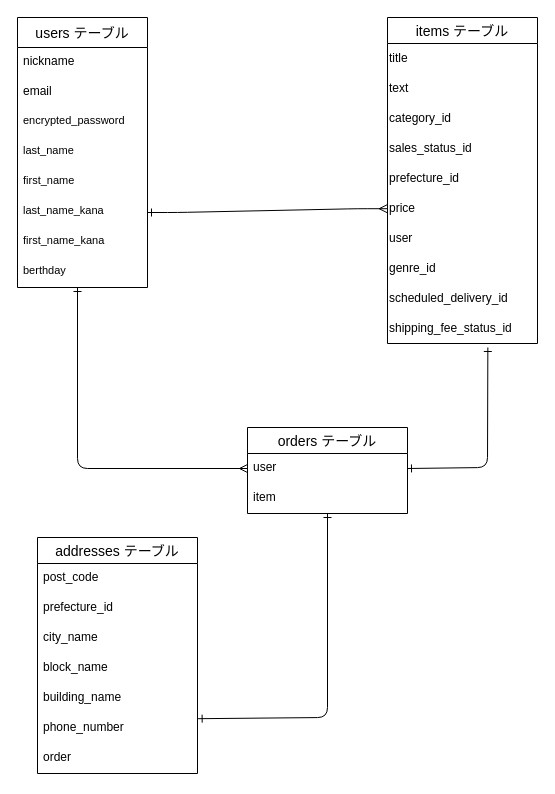
ssminami28/furima-40548 keeps this draw.io diagram as readme.dio. Above is the earlier version. Source tidied: cells renumbered, new cells numbered last; positions are measured from the earlier drawing's top-left corner, leaving out a move shared by most shapes. Both pictures are drawn from the tidied source at 100%, with x=0, y=0 at pixel (17, 17).
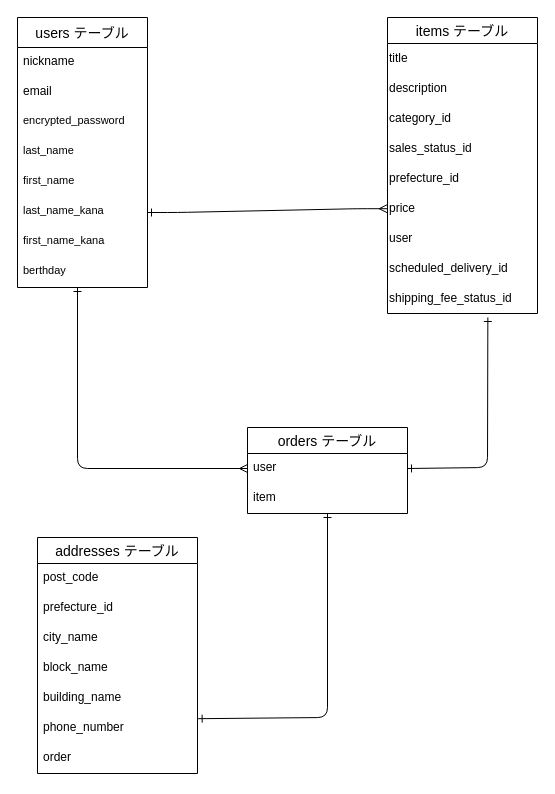
Above is the later version.

The edit, as a diff of the source:
```diff
@@
     <mxCell id="12" value="items テーブル" style="swimlane;fontStyle=0;horizontal=1;startSize=26;align=center;fontSize=14;" parent="1" vertex="1">
-      <mxGeometry x="370" width="150" height="326" as="geometry" />
+      <mxGeometry x="370" width="150" height="296" as="geometry" />
     </mxCell>
@@
-    <mxCell id="14" value="&lt;div style=&quot;&quot;&gt;text&lt;/div&gt;" style="text;html=1;align=left;verticalAlign=middle;strokeColor=none;fillColor=none;" parent="12" vertex="1">
+    <mxCell id="14" value="&lt;div style=&quot;&quot;&gt;description&lt;br&gt;&lt;/div&gt;" style="text;html=1;align=left;verticalAlign=middle;strokeColor=none;fillColor=none;" parent="12" vertex="1">
       <mxGeometry y="56" width="150" height="30" as="geometry" />
     </mxCell>
@@
-    <mxCell id="20" value="&lt;div style=&quot;&quot;&gt;genre_id&lt;/div&gt;" style="text;html=1;align=left;verticalAlign=middle;strokeColor=none;fillColor=none;" parent="12" vertex="1">
-      <mxGeometry y="236" width="150" height="30" as="geometry" />
-    </mxCell>
     <mxCell id="21" value="&lt;div style=&quot;&quot;&gt;&lt;div style=&quot;line-height: 21px;&quot;&gt;&lt;font style=&quot;font-size: 12px;&quot;&gt;scheduled_delivery_id&lt;/font&gt;&lt;/div&gt;&lt;/div&gt;" style="text;html=1;align=left;verticalAlign=middle;strokeColor=none;fillColor=none;" parent="12" vertex="1">
-      <mxGeometry y="266" width="150" height="30" as="geometry" />
+      <mxGeometry y="236" width="150" height="30" as="geometry" />
     </mxCell>
     <mxCell id="22" value="&lt;div style=&quot;&quot;&gt;&lt;div style=&quot;line-height: 21px;&quot;&gt;&lt;div style=&quot;line-height: 21px;&quot;&gt;shipping_fee_status_id&lt;/div&gt;&lt;/div&gt;&lt;/div&gt;" style="text;html=1;align=left;verticalAlign=middle;points=[];strokeColor=none;fillColor=none;" parent="12" vertex="1">
-      <mxGeometry y="296" width="150" height="30" as="geometry" />
+      <mxGeometry y="266" width="150" height="30" as="geometry" />
     </mxCell>
```
